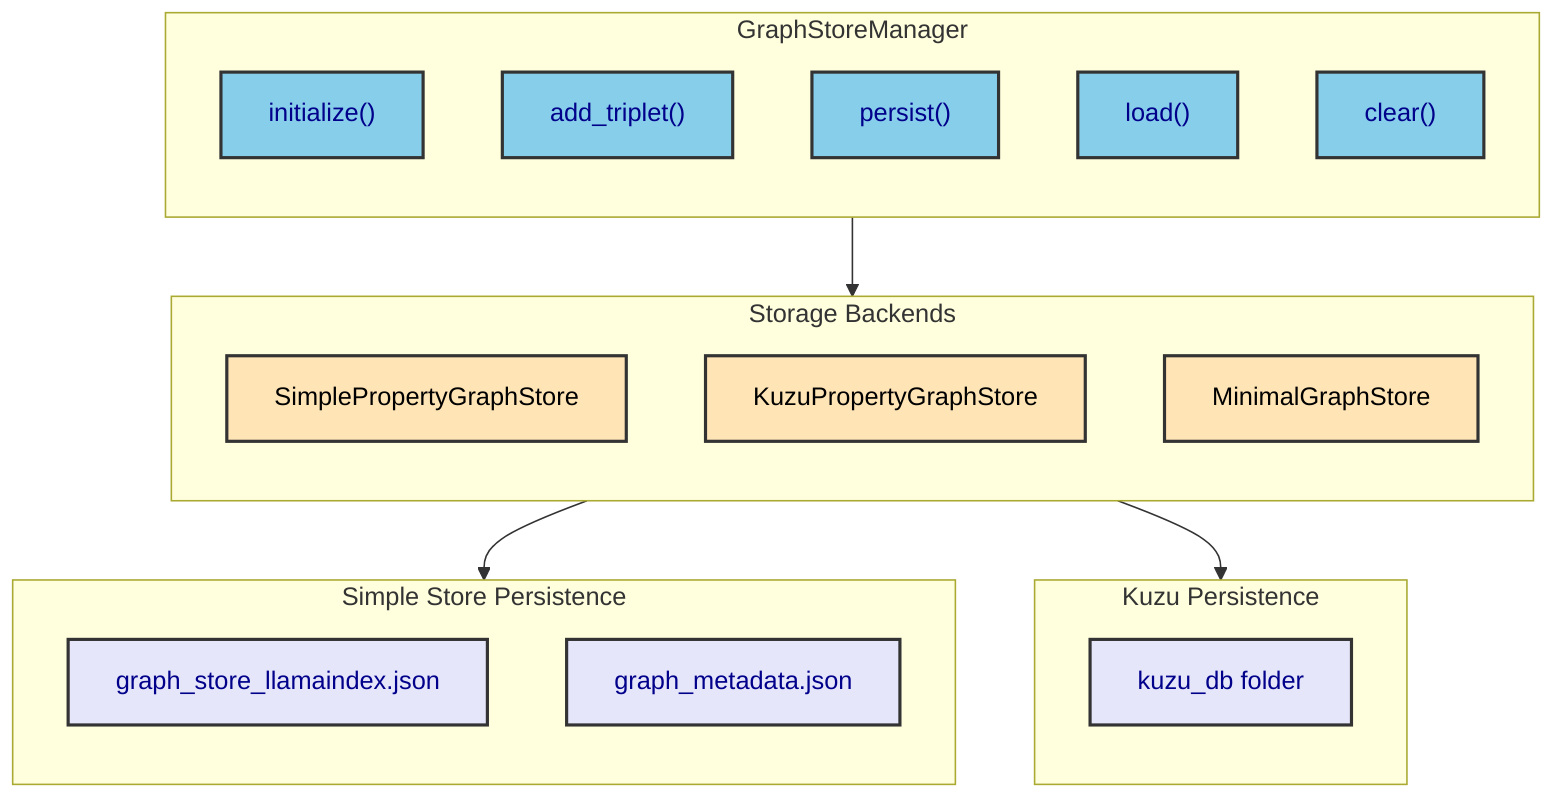
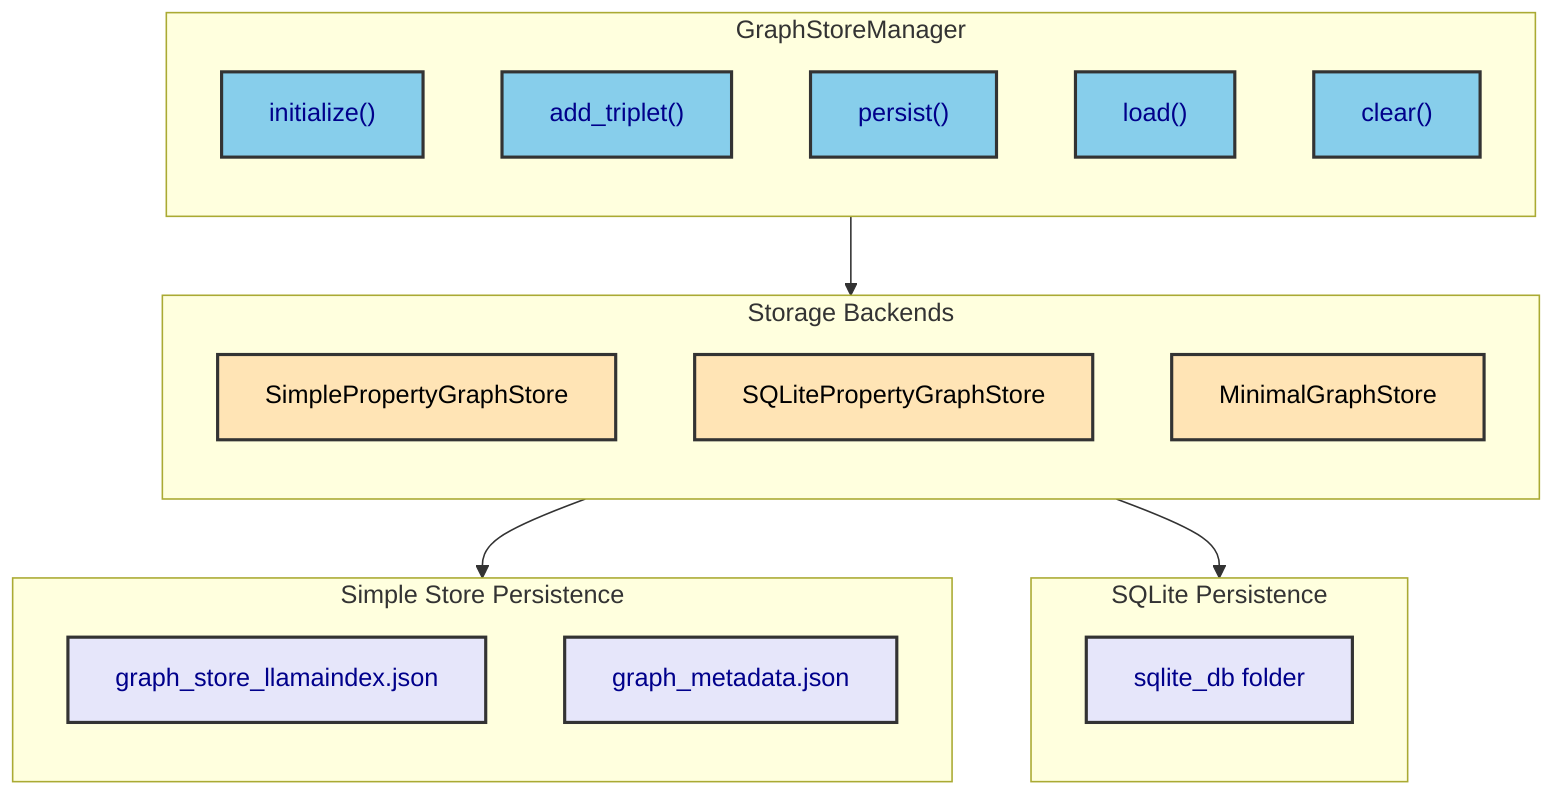
flowchart TB
    subgraph GraphStoreManager["GraphStoreManager"]
        direction TB
        Init["initialize()"]
        AddTriplet["add_triplet()"]
        Persist["persist()"]
        Load["load()"]
        Clear["clear()"]
    end

    subgraph Backends["Storage Backends"]
        direction TB
        Simple[SimplePropertyGraphStore]
-         Kuzu[KuzuPropertyGraphStore]
+         SQLite[SQLitePropertyGraphStore]
        Minimal[MinimalGraphStore]
    end

    subgraph SimpleStore["Simple Store Persistence"]
        direction TB
        GraphJSON[graph_store_llamaindex.json]
        MetaJSON[graph_metadata.json]
    end

-     subgraph KuzuStore["Kuzu Persistence"]
+     subgraph SQLiteStore["SQLite Persistence"]
        direction TB
-         KuzuDB[kuzu_db folder]
+         SQLiteDB[sqlite_db folder]
    end

    GraphStoreManager --> Backends
    Simple --> SimpleStore
-     Kuzu --> KuzuStore
+     SQLite --> SQLiteStore

    classDef managerStyle fill:#87CEEB,stroke:#333,stroke-width:2px,color:darkblue
    classDef backendStyle fill:#FFE4B5,stroke:#333,stroke-width:2px,color:black
    classDef storageStyle fill:#E6E6FA,stroke:#333,stroke-width:2px,color:darkblue

    class Init,AddTriplet,Persist,Load,Clear managerStyle
-     class Simple,Kuzu,Minimal backendStyle
-     class GraphJSON,MetaJSON,KuzuDB storageStyle
+     class Simple,SQLite,Minimal backendStyle
+     class GraphJSON,MetaJSON,SQLiteDB storageStyle
